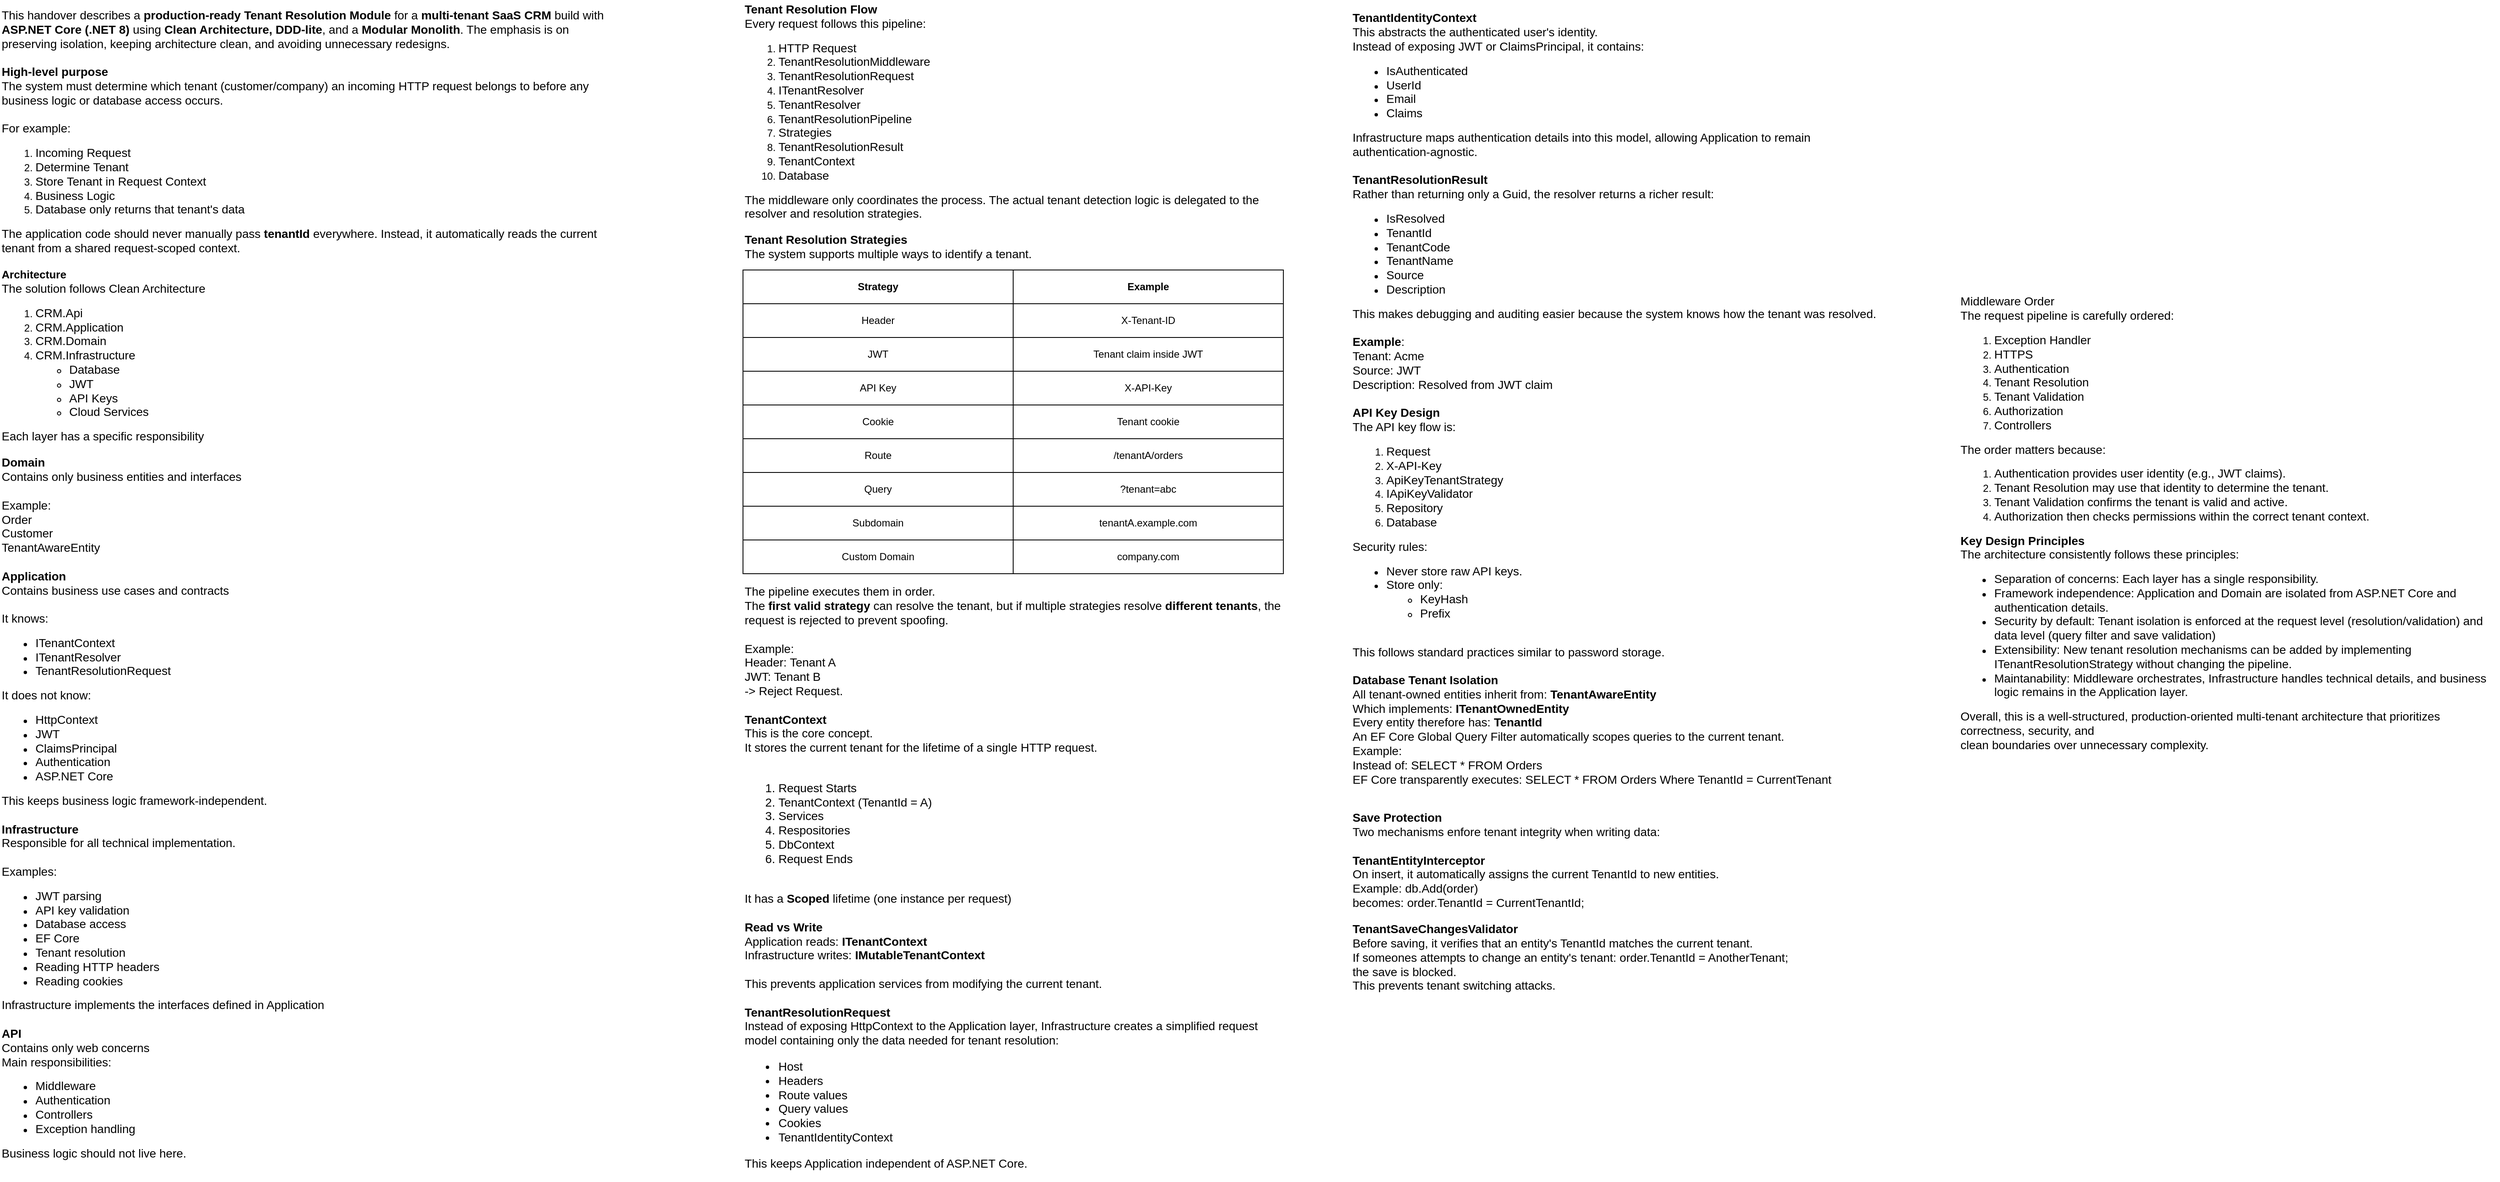
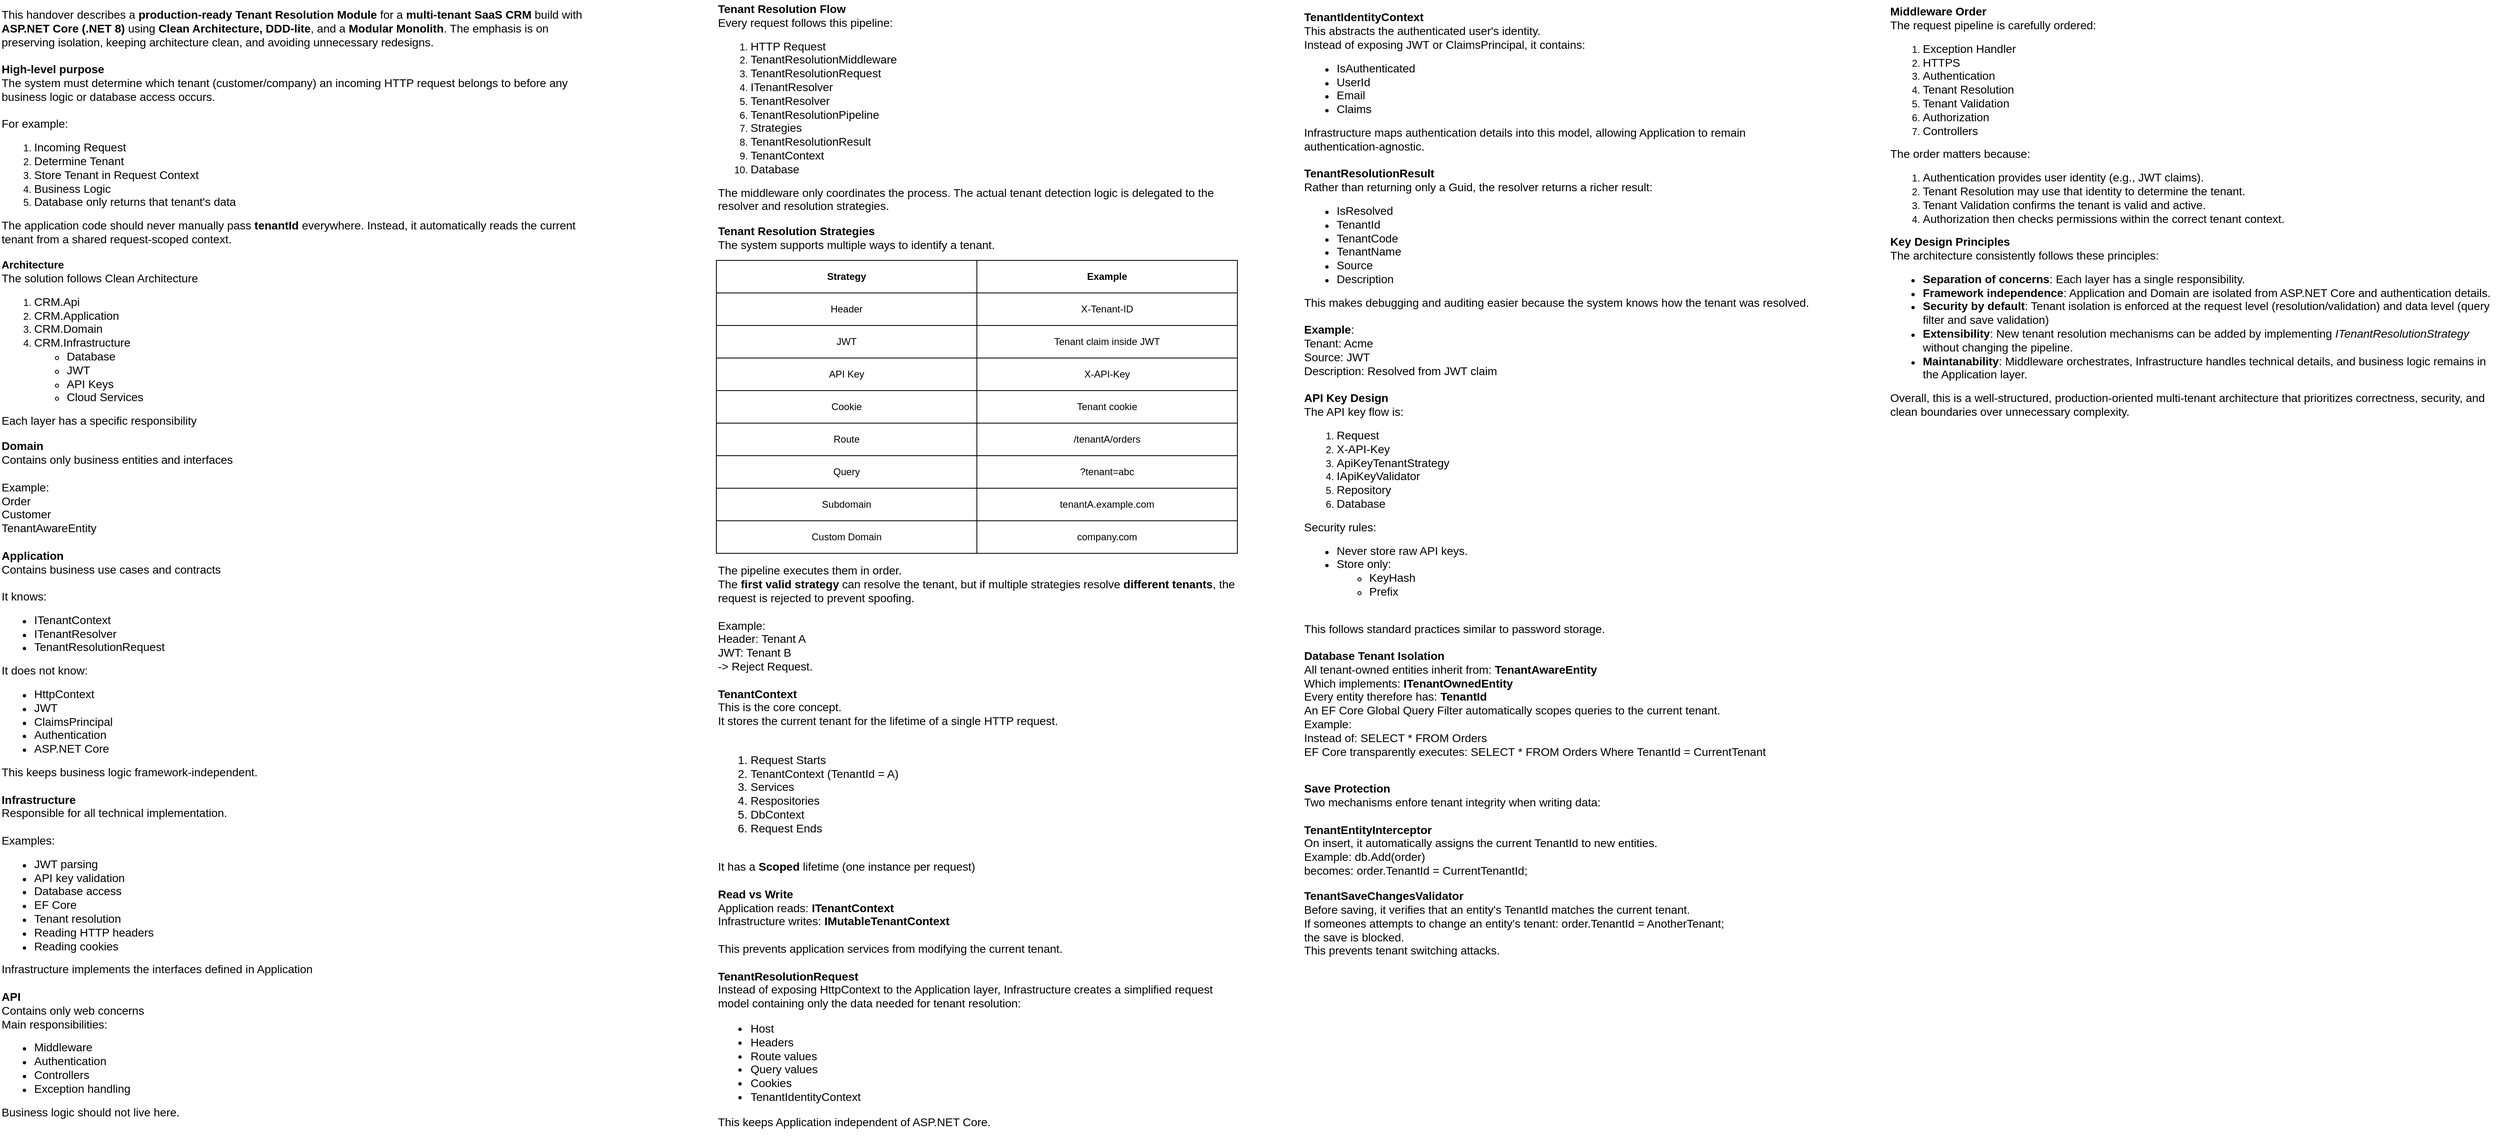
<mxfile host="app.diagrams.net">
  <diagram name="Page-1" id="CElwATwhmrqS2UhVftOB">
    <mxGraphModel dx="2691" dy="700" grid="1" gridSize="10" guides="1" tooltips="1" connect="1" arrows="1" fold="1" page="1" pageScale="1" pageWidth="850" pageHeight="1100" math="0" shadow="0">
      <root>
        <mxCell id="0" />
        <mxCell id="1" parent="0" />
        <mxCell id="dD3OxyqSIHmNCJqEZoo5-2" parent="1" style="text;html=1;whiteSpace=wrap;strokeColor=none;fillColor=none;align=left;verticalAlign=middle;rounded=0;labelPosition=center;verticalLabelPosition=middle;" value="&lt;div&gt;&lt;font style=&quot;font-size: 14px;&quot;&gt;This handover describes a &lt;b&gt;production-ready Tenant Resolution Module&lt;/b&gt; for a &lt;b&gt;multi-tenant SaaS CRM&lt;/b&gt; build with &lt;b&gt;ASP.NET Core (.NET 8)&lt;/b&gt; using &lt;b&gt;Clean Architecture, DDD-lite&lt;/b&gt;, and a &lt;b&gt;Modular Monolith&lt;/b&gt;. The emphasis is on preserving isolation, keeping architecture clean, and avoiding unnecessary redesigns.&lt;/font&gt;&lt;/div&gt;&lt;div&gt;&lt;font style=&quot;font-size: 14px;&quot;&gt;&lt;br&gt;&lt;/font&gt;&lt;/div&gt;&lt;div&gt;&lt;font style=&quot;font-size: 14px;&quot;&gt;&lt;b&gt;High-level purpose&lt;/b&gt;&lt;/font&gt;&lt;/div&gt;&lt;div&gt;&lt;font style=&quot;font-size: 14px;&quot;&gt;The system must determine which tenant (customer/company) an incoming HTTP request belongs to before any business logic or database access occurs.&lt;/font&gt;&lt;/div&gt;&lt;div&gt;&lt;font style=&quot;font-size: 14px;&quot;&gt;&lt;br&gt;&lt;/font&gt;&lt;/div&gt;&lt;div&gt;&lt;font style=&quot;font-size: 14px;&quot;&gt;For example:&lt;/font&gt;&lt;/div&gt;&lt;div&gt;&lt;ol&gt;&lt;li&gt;&lt;font style=&quot;font-size: 14px;&quot;&gt;Incoming Request&lt;/font&gt;&lt;/li&gt;&lt;li&gt;&lt;font style=&quot;font-size: 14px;&quot;&gt;Determine Tenant&amp;nbsp;&lt;/font&gt;&lt;/li&gt;&lt;li&gt;&lt;font style=&quot;font-size: 14px;&quot;&gt;Store Tenant in Request Context&lt;/font&gt;&lt;/li&gt;&lt;li&gt;&lt;font style=&quot;font-size: 14px;&quot;&gt;Business Logic&lt;/font&gt;&lt;/li&gt;&lt;li&gt;&lt;font style=&quot;font-size: 14px;&quot;&gt;Database only returns that tenant&#39;s data&lt;/font&gt;&lt;/li&gt;&lt;/ol&gt;&lt;div&gt;&lt;font style=&quot;font-size: 14px;&quot;&gt;The application code should never manually pass &lt;b&gt;tenantId &lt;/b&gt;everywhere. Instead, it automatically reads the current tenant from a shared request-scoped context.&lt;/font&gt;&lt;/div&gt;&lt;div&gt;&lt;font style=&quot;font-size: 13px;&quot;&gt;&lt;br&gt;&lt;/font&gt;&lt;/div&gt;&lt;div&gt;&lt;font style=&quot;font-size: 13px;&quot;&gt;&lt;b&gt;Architecture&amp;nbsp;&lt;/b&gt;&lt;/font&gt;&lt;/div&gt;&lt;div&gt;&lt;font style=&quot;font-size: 14px;&quot;&gt;The solution follows Clean Architecture&lt;/font&gt;&lt;/div&gt;&lt;div&gt;&lt;ol&gt;&lt;li&gt;&lt;font style=&quot;font-size: 14px;&quot;&gt;CRM.Api&amp;nbsp;&lt;/font&gt;&lt;/li&gt;&lt;li&gt;&lt;font style=&quot;font-size: 14px;&quot;&gt;CRM.Application&lt;/font&gt;&lt;/li&gt;&lt;li&gt;&lt;font style=&quot;font-size: 14px;&quot;&gt;CRM.Domain&lt;/font&gt;&lt;/li&gt;&lt;li&gt;&lt;font style=&quot;font-size: 14px;&quot;&gt;CRM.Infrastructure&lt;/font&gt;&lt;/li&gt;&lt;ul&gt;&lt;li&gt;&lt;font style=&quot;font-size: 14px;&quot;&gt;Database&lt;/font&gt;&lt;/li&gt;&lt;li&gt;&lt;font style=&quot;font-size: 14px;&quot;&gt;JWT&lt;/font&gt;&lt;/li&gt;&lt;li&gt;&lt;font style=&quot;font-size: 14px;&quot;&gt;API Keys&lt;/font&gt;&lt;/li&gt;&lt;li&gt;&lt;font style=&quot;font-size: 14px;&quot;&gt;Cloud Services&lt;/font&gt;&lt;/li&gt;&lt;/ul&gt;&lt;/ol&gt;&lt;div&gt;&lt;font style=&quot;font-size: 14px;&quot;&gt;Each layer has a specific responsibility&lt;/font&gt;&lt;/div&gt;&lt;div&gt;&lt;br&gt;&lt;/div&gt;&lt;div&gt;&lt;font style=&quot;font-size: 14px;&quot;&gt;&lt;b&gt;Domain&amp;nbsp;&lt;/b&gt;&lt;/font&gt;&lt;/div&gt;&lt;div&gt;&lt;font style=&quot;font-size: 14px;&quot;&gt;Contains only business entities and interfaces&lt;/font&gt;&lt;/div&gt;&lt;div&gt;&lt;font style=&quot;font-size: 14px;&quot;&gt;&lt;br&gt;&lt;/font&gt;&lt;/div&gt;&lt;div&gt;&lt;font style=&quot;font-size: 14px;&quot;&gt;Example:&lt;/font&gt;&lt;/div&gt;&lt;div&gt;&lt;font style=&quot;font-size: 14px;&quot;&gt;Order&lt;/font&gt;&lt;/div&gt;&lt;div&gt;&lt;font style=&quot;font-size: 14px;&quot;&gt;Customer&amp;nbsp;&lt;/font&gt;&lt;/div&gt;&lt;div&gt;&lt;font style=&quot;font-size: 14px;&quot;&gt;TenantAwareEntity&lt;/font&gt;&lt;/div&gt;&lt;div&gt;&lt;font style=&quot;font-size: 14px;&quot;&gt;&lt;br&gt;&lt;/font&gt;&lt;/div&gt;&lt;div&gt;&lt;font style=&quot;font-size: 14px;&quot;&gt;&lt;b&gt;Application&lt;/b&gt;&lt;/font&gt;&lt;/div&gt;&lt;div&gt;&lt;font style=&quot;font-size: 14px;&quot;&gt;Contains business use cases and contracts&lt;/font&gt;&lt;/div&gt;&lt;div&gt;&lt;font style=&quot;font-size: 14px;&quot;&gt;&lt;br&gt;&lt;/font&gt;&lt;/div&gt;&lt;div&gt;&lt;font style=&quot;font-size: 14px;&quot;&gt;It knows:&lt;/font&gt;&lt;/div&gt;&lt;div&gt;&lt;ul&gt;&lt;li&gt;&lt;font style=&quot;font-size: 14px;&quot;&gt;ITenantContext&lt;/font&gt;&lt;/li&gt;&lt;li&gt;&lt;font style=&quot;font-size: 14px;&quot;&gt;ITenantResolver&lt;/font&gt;&lt;/li&gt;&lt;li&gt;&lt;font style=&quot;font-size: 14px;&quot;&gt;TenantResolutionRequest&lt;/font&gt;&lt;/li&gt;&lt;/ul&gt;&lt;div&gt;&lt;font style=&quot;font-size: 14px;&quot;&gt;It does not know:&lt;/font&gt;&lt;/div&gt;&lt;div&gt;&lt;ul&gt;&lt;li&gt;&lt;font style=&quot;font-size: 14px;&quot;&gt;HttpContext&lt;/font&gt;&lt;/li&gt;&lt;li&gt;&lt;font style=&quot;font-size: 14px;&quot;&gt;JWT&lt;/font&gt;&lt;/li&gt;&lt;li&gt;&lt;font style=&quot;font-size: 14px;&quot;&gt;ClaimsPrincipal&lt;/font&gt;&lt;/li&gt;&lt;li&gt;&lt;font style=&quot;font-size: 14px;&quot;&gt;Authentication&lt;/font&gt;&lt;/li&gt;&lt;li&gt;&lt;font style=&quot;font-size: 14px;&quot;&gt;ASP.NET Core&lt;/font&gt;&lt;/li&gt;&lt;/ul&gt;&lt;div&gt;&lt;font style=&quot;font-size: 14px;&quot;&gt;This keeps business logic framework-independent.&lt;/font&gt;&lt;/div&gt;&lt;div&gt;&lt;font style=&quot;font-size: 14px;&quot;&gt;&lt;br&gt;&lt;/font&gt;&lt;/div&gt;&lt;div&gt;&lt;font style=&quot;font-size: 14px;&quot;&gt;&lt;b&gt;Infrastructure&lt;/b&gt;&lt;/font&gt;&lt;/div&gt;&lt;div&gt;&lt;font style=&quot;font-size: 14px;&quot;&gt;Responsible for all technical implementation.&lt;/font&gt;&lt;/div&gt;&lt;div&gt;&lt;font style=&quot;font-size: 14px;&quot;&gt;&lt;br&gt;&lt;/font&gt;&lt;/div&gt;&lt;div&gt;&lt;font style=&quot;font-size: 14px;&quot;&gt;Examples:&lt;/font&gt;&lt;/div&gt;&lt;div&gt;&lt;ul&gt;&lt;li&gt;&lt;font style=&quot;font-size: 14px;&quot;&gt;JWT parsing&lt;/font&gt;&lt;/li&gt;&lt;li&gt;&lt;font style=&quot;font-size: 14px;&quot;&gt;API key validation&lt;/font&gt;&lt;/li&gt;&lt;li&gt;&lt;font style=&quot;font-size: 14px;&quot;&gt;Database access&lt;/font&gt;&lt;/li&gt;&lt;li&gt;&lt;font style=&quot;font-size: 14px;&quot;&gt;EF Core&lt;/font&gt;&lt;/li&gt;&lt;li&gt;&lt;font style=&quot;font-size: 14px;&quot;&gt;Tenant resolution&lt;/font&gt;&lt;/li&gt;&lt;li&gt;&lt;font style=&quot;font-size: 14px;&quot;&gt;Reading HTTP headers&lt;/font&gt;&lt;/li&gt;&lt;li&gt;&lt;font style=&quot;font-size: 14px;&quot;&gt;Reading cookies&lt;/font&gt;&lt;/li&gt;&lt;/ul&gt;&lt;div&gt;&lt;font style=&quot;font-size: 14px;&quot;&gt;Infrastructure implements the interfaces defined in Application&lt;/font&gt;&lt;/div&gt;&lt;/div&gt;&lt;/div&gt;&lt;/div&gt;&lt;div&gt;&lt;font style=&quot;font-size: 14px;&quot;&gt;&lt;br&gt;&lt;/font&gt;&lt;/div&gt;&lt;div&gt;&lt;font style=&quot;font-size: 14px;&quot;&gt;&lt;b&gt;API&amp;nbsp;&lt;/b&gt;&lt;/font&gt;&lt;/div&gt;&lt;div&gt;&lt;font style=&quot;font-size: 14px;&quot;&gt;Contains only web concerns&lt;/font&gt;&lt;/div&gt;&lt;div&gt;&lt;font style=&quot;font-size: 14px;&quot;&gt;Main responsibilities:&lt;/font&gt;&lt;/div&gt;&lt;div&gt;&lt;ul&gt;&lt;li&gt;&lt;font style=&quot;font-size: 14px;&quot;&gt;Middleware&amp;nbsp;&lt;/font&gt;&lt;/li&gt;&lt;li&gt;&lt;font style=&quot;font-size: 14px;&quot;&gt;Authentication&lt;/font&gt;&lt;/li&gt;&lt;li&gt;&lt;font style=&quot;font-size: 14px;&quot;&gt;Controllers&lt;/font&gt;&lt;/li&gt;&lt;li&gt;&lt;font style=&quot;font-size: 14px;&quot;&gt;Exception handling&lt;/font&gt;&lt;/li&gt;&lt;/ul&gt;&lt;div&gt;&lt;font style=&quot;font-size: 14px;&quot;&gt;Business logic should not live here.&lt;/font&gt;&lt;/div&gt;&lt;/div&gt;&lt;/div&gt;&lt;/div&gt;&lt;div&gt;&lt;font style=&quot;font-size: 13px;&quot;&gt;&lt;br&gt;&lt;/font&gt;&lt;/div&gt;" vertex="1">
          <mxGeometry height="1400" width="720" x="-520" y="80" as="geometry" />
        </mxCell>
        <mxCell id="dD3OxyqSIHmNCJqEZoo5-5" parent="1" style="text;html=1;whiteSpace=wrap;strokeColor=none;fillColor=none;align=left;verticalAlign=middle;rounded=0;" value="&lt;div&gt;&lt;font style=&quot;font-size: 14px;&quot;&gt;&lt;b&gt;Tenant Resolution Flow&amp;nbsp;&lt;/b&gt;&lt;/font&gt;&lt;/div&gt;&lt;div&gt;&lt;font style=&quot;font-size: 14px;&quot;&gt;Every request follows this pipeline:&lt;/font&gt;&lt;/div&gt;&lt;div&gt;&lt;ol&gt;&lt;li&gt;&lt;font style=&quot;font-size: 14px;&quot;&gt;HTTP Request&lt;/font&gt;&lt;/li&gt;&lt;li&gt;&lt;font style=&quot;font-size: 14px;&quot;&gt;TenantResolutionMiddleware&lt;/font&gt;&lt;/li&gt;&lt;li&gt;&lt;font style=&quot;font-size: 14px;&quot;&gt;TenantResolutionRequest&lt;/font&gt;&lt;/li&gt;&lt;li&gt;&lt;font style=&quot;font-size: 14px;&quot;&gt;ITenantResolver&lt;/font&gt;&lt;/li&gt;&lt;li&gt;&lt;font style=&quot;font-size: 14px;&quot;&gt;TenantResolver&lt;/font&gt;&lt;/li&gt;&lt;li&gt;&lt;font style=&quot;font-size: 14px;&quot;&gt;TenantResolutionPipeline&lt;/font&gt;&lt;/li&gt;&lt;li&gt;&lt;font style=&quot;font-size: 14px;&quot;&gt;Strategies&lt;/font&gt;&lt;/li&gt;&lt;li&gt;&lt;font style=&quot;font-size: 14px;&quot;&gt;TenantResolutionResult&lt;/font&gt;&lt;/li&gt;&lt;li&gt;&lt;font style=&quot;font-size: 14px;&quot;&gt;TenantContext&lt;/font&gt;&lt;/li&gt;&lt;li&gt;&lt;font style=&quot;font-size: 14px;&quot;&gt;Database&lt;/font&gt;&lt;/li&gt;&lt;/ol&gt;&lt;div&gt;&lt;font style=&quot;font-size: 14px;&quot;&gt;The middleware only coordinates the process. The actual tenant detection logic is delegated to the resolver and resolution strategies.&lt;/font&gt;&lt;/div&gt;&lt;div&gt;&lt;br&gt;&lt;/div&gt;&lt;div&gt;&lt;font style=&quot;font-size: 14px;&quot;&gt;&lt;b&gt;Tenant Resolution Strategies&lt;/b&gt;&lt;/font&gt;&lt;/div&gt;&lt;div&gt;&lt;font style=&quot;font-size: 14px;&quot;&gt;The system supports multiple ways to identify a tenant.&lt;/font&gt;&lt;/div&gt;&lt;div&gt;&lt;font style=&quot;font-size: 14px;&quot;&gt;&lt;br&gt;&lt;/font&gt;&lt;/div&gt;&lt;div&gt;&lt;font style=&quot;font-size: 14px;&quot;&gt;&lt;br&gt;&lt;/font&gt;&lt;/div&gt;&lt;div&gt;&lt;br&gt;&lt;/div&gt;&lt;/div&gt;" vertex="1">
          <mxGeometry height="360" width="640" x="360" y="80" as="geometry" />
        </mxCell>
        <mxCell id="J-zNke_tOppB5j2uJXzS-30" parent="1" style="shape=table;startSize=0;container=1;collapsible=0;childLayout=tableLayout;fixedHeader=1;" value="" vertex="1">
          <mxGeometry height="360" width="640" x="360" y="400" as="geometry" />
        </mxCell>
        <mxCell id="J-zNke_tOppB5j2uJXzS-31" parent="J-zNke_tOppB5j2uJXzS-30" style="shape=tableRow;horizontal=0;startSize=0;swimlaneHead=0;swimlaneBody=0;strokeColor=inherit;top=0;left=0;bottom=0;right=0;collapsible=0;dropTarget=0;fillColor=none;points=[[0,0.5],[1,0.5]];portConstraint=eastwest;fixedHeader=1;" value="" vertex="1">
          <mxGeometry height="40" width="640" as="geometry" />
        </mxCell>
        <mxCell id="J-zNke_tOppB5j2uJXzS-32" parent="J-zNke_tOppB5j2uJXzS-31" style="shape=partialRectangle;html=1;whiteSpace=wrap;connectable=0;strokeColor=inherit;overflow=hidden;fillColor=none;top=0;left=0;bottom=0;right=0;pointerEvents=1;" value="&lt;b&gt;Strategy&lt;/b&gt;" vertex="1">
          <mxGeometry height="40" width="320" as="geometry">
            <mxRectangle height="40" width="320" as="alternateBounds" />
          </mxGeometry>
        </mxCell>
        <mxCell id="J-zNke_tOppB5j2uJXzS-33" parent="J-zNke_tOppB5j2uJXzS-31" style="shape=partialRectangle;html=1;whiteSpace=wrap;connectable=0;strokeColor=inherit;overflow=hidden;fillColor=none;top=0;left=0;bottom=0;right=0;pointerEvents=1;" value="&lt;b&gt;Example&lt;/b&gt;" vertex="1">
          <mxGeometry height="40" width="320" x="320" as="geometry">
            <mxRectangle height="40" width="320" as="alternateBounds" />
          </mxGeometry>
        </mxCell>
        <mxCell id="J-zNke_tOppB5j2uJXzS-34" parent="J-zNke_tOppB5j2uJXzS-30" style="shape=tableRow;horizontal=0;startSize=0;swimlaneHead=0;swimlaneBody=0;strokeColor=inherit;top=0;left=0;bottom=0;right=0;collapsible=0;dropTarget=0;fillColor=none;points=[[0,0.5],[1,0.5]];portConstraint=eastwest;fixedHeader=1;" value="" vertex="1">
          <mxGeometry height="40" width="640" y="40" as="geometry" />
        </mxCell>
        <mxCell id="J-zNke_tOppB5j2uJXzS-35" parent="J-zNke_tOppB5j2uJXzS-34" style="shape=partialRectangle;html=1;whiteSpace=wrap;connectable=0;strokeColor=inherit;overflow=hidden;fillColor=none;top=0;left=0;bottom=0;right=0;pointerEvents=1;" value="Header" vertex="1">
          <mxGeometry height="40" width="320" as="geometry">
            <mxRectangle height="40" width="320" as="alternateBounds" />
          </mxGeometry>
        </mxCell>
        <mxCell id="J-zNke_tOppB5j2uJXzS-36" parent="J-zNke_tOppB5j2uJXzS-34" style="shape=partialRectangle;html=1;whiteSpace=wrap;connectable=0;strokeColor=inherit;overflow=hidden;fillColor=none;top=0;left=0;bottom=0;right=0;pointerEvents=1;" value="X-Tenant-ID" vertex="1">
          <mxGeometry height="40" width="320" x="320" as="geometry">
            <mxRectangle height="40" width="320" as="alternateBounds" />
          </mxGeometry>
        </mxCell>
        <mxCell id="J-zNke_tOppB5j2uJXzS-37" parent="J-zNke_tOppB5j2uJXzS-30" style="shape=tableRow;horizontal=0;startSize=0;swimlaneHead=0;swimlaneBody=0;strokeColor=inherit;top=0;left=0;bottom=0;right=0;collapsible=0;dropTarget=0;fillColor=none;points=[[0,0.5],[1,0.5]];portConstraint=eastwest;fixedHeader=1;" value="" vertex="1">
          <mxGeometry height="40" width="640" y="80" as="geometry" />
        </mxCell>
        <mxCell id="J-zNke_tOppB5j2uJXzS-38" parent="J-zNke_tOppB5j2uJXzS-37" style="shape=partialRectangle;html=1;whiteSpace=wrap;connectable=0;strokeColor=inherit;overflow=hidden;fillColor=none;top=0;left=0;bottom=0;right=0;pointerEvents=1;" value="JWT" vertex="1">
          <mxGeometry height="40" width="320" as="geometry">
            <mxRectangle height="40" width="320" as="alternateBounds" />
          </mxGeometry>
        </mxCell>
        <mxCell id="J-zNke_tOppB5j2uJXzS-39" parent="J-zNke_tOppB5j2uJXzS-37" style="shape=partialRectangle;html=1;whiteSpace=wrap;connectable=0;strokeColor=inherit;overflow=hidden;fillColor=none;top=0;left=0;bottom=0;right=0;pointerEvents=1;" value="Tenant claim inside JWT" vertex="1">
          <mxGeometry height="40" width="320" x="320" as="geometry">
            <mxRectangle height="40" width="320" as="alternateBounds" />
          </mxGeometry>
        </mxCell>
        <mxCell id="J-zNke_tOppB5j2uJXzS-40" parent="J-zNke_tOppB5j2uJXzS-30" style="shape=tableRow;horizontal=0;startSize=0;swimlaneHead=0;swimlaneBody=0;strokeColor=inherit;top=0;left=0;bottom=0;right=0;collapsible=0;dropTarget=0;fillColor=none;points=[[0,0.5],[1,0.5]];portConstraint=eastwest;fixedHeader=1;" value="" vertex="1">
          <mxGeometry height="40" width="640" y="120" as="geometry" />
        </mxCell>
        <mxCell id="J-zNke_tOppB5j2uJXzS-41" parent="J-zNke_tOppB5j2uJXzS-40" style="shape=partialRectangle;html=1;whiteSpace=wrap;connectable=0;strokeColor=inherit;overflow=hidden;fillColor=none;top=0;left=0;bottom=0;right=0;pointerEvents=1;" value="API Key" vertex="1">
          <mxGeometry height="40" width="320" as="geometry">
            <mxRectangle height="40" width="320" as="alternateBounds" />
          </mxGeometry>
        </mxCell>
        <mxCell id="J-zNke_tOppB5j2uJXzS-42" parent="J-zNke_tOppB5j2uJXzS-40" style="shape=partialRectangle;html=1;whiteSpace=wrap;connectable=0;strokeColor=inherit;overflow=hidden;fillColor=none;top=0;left=0;bottom=0;right=0;pointerEvents=1;" value="X-API-Key" vertex="1">
          <mxGeometry height="40" width="320" x="320" as="geometry">
            <mxRectangle height="40" width="320" as="alternateBounds" />
          </mxGeometry>
        </mxCell>
        <mxCell id="J-zNke_tOppB5j2uJXzS-43" parent="J-zNke_tOppB5j2uJXzS-30" style="shape=tableRow;horizontal=0;startSize=0;swimlaneHead=0;swimlaneBody=0;strokeColor=inherit;top=0;left=0;bottom=0;right=0;collapsible=0;dropTarget=0;fillColor=none;points=[[0,0.5],[1,0.5]];portConstraint=eastwest;fixedHeader=1;" value="" vertex="1">
          <mxGeometry height="40" width="640" y="160" as="geometry" />
        </mxCell>
        <mxCell id="J-zNke_tOppB5j2uJXzS-44" parent="J-zNke_tOppB5j2uJXzS-43" style="shape=partialRectangle;html=1;whiteSpace=wrap;connectable=0;strokeColor=inherit;overflow=hidden;fillColor=none;top=0;left=0;bottom=0;right=0;pointerEvents=1;" value="Cookie" vertex="1">
          <mxGeometry height="40" width="320" as="geometry">
            <mxRectangle height="40" width="320" as="alternateBounds" />
          </mxGeometry>
        </mxCell>
        <mxCell id="J-zNke_tOppB5j2uJXzS-45" parent="J-zNke_tOppB5j2uJXzS-43" style="shape=partialRectangle;html=1;whiteSpace=wrap;connectable=0;strokeColor=inherit;overflow=hidden;fillColor=none;top=0;left=0;bottom=0;right=0;pointerEvents=1;" value="Tenant cookie" vertex="1">
          <mxGeometry height="40" width="320" x="320" as="geometry">
            <mxRectangle height="40" width="320" as="alternateBounds" />
          </mxGeometry>
        </mxCell>
        <mxCell id="J-zNke_tOppB5j2uJXzS-46" parent="J-zNke_tOppB5j2uJXzS-30" style="shape=tableRow;horizontal=0;startSize=0;swimlaneHead=0;swimlaneBody=0;strokeColor=inherit;top=0;left=0;bottom=0;right=0;collapsible=0;dropTarget=0;fillColor=none;points=[[0,0.5],[1,0.5]];portConstraint=eastwest;fixedHeader=1;" value="" vertex="1">
          <mxGeometry height="40" width="640" y="200" as="geometry" />
        </mxCell>
        <mxCell id="J-zNke_tOppB5j2uJXzS-47" parent="J-zNke_tOppB5j2uJXzS-46" style="shape=partialRectangle;html=1;whiteSpace=wrap;connectable=0;strokeColor=inherit;overflow=hidden;fillColor=none;top=0;left=0;bottom=0;right=0;pointerEvents=1;" value="Route" vertex="1">
          <mxGeometry height="40" width="320" as="geometry">
            <mxRectangle height="40" width="320" as="alternateBounds" />
          </mxGeometry>
        </mxCell>
        <mxCell id="J-zNke_tOppB5j2uJXzS-48" parent="J-zNke_tOppB5j2uJXzS-46" style="shape=partialRectangle;html=1;whiteSpace=wrap;connectable=0;strokeColor=inherit;overflow=hidden;fillColor=none;top=0;left=0;bottom=0;right=0;pointerEvents=1;" value="/tenantA/orders" vertex="1">
          <mxGeometry height="40" width="320" x="320" as="geometry">
            <mxRectangle height="40" width="320" as="alternateBounds" />
          </mxGeometry>
        </mxCell>
        <mxCell id="J-zNke_tOppB5j2uJXzS-49" parent="J-zNke_tOppB5j2uJXzS-30" style="shape=tableRow;horizontal=0;startSize=0;swimlaneHead=0;swimlaneBody=0;strokeColor=inherit;top=0;left=0;bottom=0;right=0;collapsible=0;dropTarget=0;fillColor=none;points=[[0,0.5],[1,0.5]];portConstraint=eastwest;fixedHeader=1;" value="" vertex="1">
          <mxGeometry height="40" width="640" y="240" as="geometry" />
        </mxCell>
        <mxCell id="J-zNke_tOppB5j2uJXzS-50" parent="J-zNke_tOppB5j2uJXzS-49" style="shape=partialRectangle;html=1;whiteSpace=wrap;connectable=0;strokeColor=inherit;overflow=hidden;fillColor=none;top=0;left=0;bottom=0;right=0;pointerEvents=1;" value="Query" vertex="1">
          <mxGeometry height="40" width="320" as="geometry">
            <mxRectangle height="40" width="320" as="alternateBounds" />
          </mxGeometry>
        </mxCell>
        <mxCell id="J-zNke_tOppB5j2uJXzS-51" parent="J-zNke_tOppB5j2uJXzS-49" style="shape=partialRectangle;html=1;whiteSpace=wrap;connectable=0;strokeColor=inherit;overflow=hidden;fillColor=none;top=0;left=0;bottom=0;right=0;pointerEvents=1;" value="?tenant=abc" vertex="1">
          <mxGeometry height="40" width="320" x="320" as="geometry">
            <mxRectangle height="40" width="320" as="alternateBounds" />
          </mxGeometry>
        </mxCell>
        <mxCell id="J-zNke_tOppB5j2uJXzS-52" parent="J-zNke_tOppB5j2uJXzS-30" style="shape=tableRow;horizontal=0;startSize=0;swimlaneHead=0;swimlaneBody=0;strokeColor=inherit;top=0;left=0;bottom=0;right=0;collapsible=0;dropTarget=0;fillColor=none;points=[[0,0.5],[1,0.5]];portConstraint=eastwest;fixedHeader=1;" value="" vertex="1">
          <mxGeometry height="40" width="640" y="280" as="geometry" />
        </mxCell>
        <mxCell id="J-zNke_tOppB5j2uJXzS-53" parent="J-zNke_tOppB5j2uJXzS-52" style="shape=partialRectangle;html=1;whiteSpace=wrap;connectable=0;strokeColor=inherit;overflow=hidden;fillColor=none;top=0;left=0;bottom=0;right=0;pointerEvents=1;" value="Subdomain" vertex="1">
          <mxGeometry height="40" width="320" as="geometry">
            <mxRectangle height="40" width="320" as="alternateBounds" />
          </mxGeometry>
        </mxCell>
        <mxCell id="J-zNke_tOppB5j2uJXzS-54" parent="J-zNke_tOppB5j2uJXzS-52" style="shape=partialRectangle;html=1;whiteSpace=wrap;connectable=0;strokeColor=inherit;overflow=hidden;fillColor=none;top=0;left=0;bottom=0;right=0;pointerEvents=1;" value="tenantA.example.com" vertex="1">
          <mxGeometry height="40" width="320" x="320" as="geometry">
            <mxRectangle height="40" width="320" as="alternateBounds" />
          </mxGeometry>
        </mxCell>
        <mxCell id="J-zNke_tOppB5j2uJXzS-55" parent="J-zNke_tOppB5j2uJXzS-30" style="shape=tableRow;horizontal=0;startSize=0;swimlaneHead=0;swimlaneBody=0;strokeColor=inherit;top=0;left=0;bottom=0;right=0;collapsible=0;dropTarget=0;fillColor=none;points=[[0,0.5],[1,0.5]];portConstraint=eastwest;fixedHeader=1;" value="" vertex="1">
          <mxGeometry height="40" width="640" y="320" as="geometry" />
        </mxCell>
        <mxCell id="J-zNke_tOppB5j2uJXzS-56" parent="J-zNke_tOppB5j2uJXzS-55" style="shape=partialRectangle;html=1;whiteSpace=wrap;connectable=0;strokeColor=inherit;overflow=hidden;fillColor=none;top=0;left=0;bottom=0;right=0;pointerEvents=1;" value="Custom Domain" vertex="1">
          <mxGeometry height="40" width="320" as="geometry">
            <mxRectangle height="40" width="320" as="alternateBounds" />
          </mxGeometry>
        </mxCell>
        <mxCell id="J-zNke_tOppB5j2uJXzS-57" parent="J-zNke_tOppB5j2uJXzS-55" style="shape=partialRectangle;html=1;whiteSpace=wrap;connectable=0;strokeColor=inherit;overflow=hidden;fillColor=none;top=0;left=0;bottom=0;right=0;pointerEvents=1;" value="company.com" vertex="1">
          <mxGeometry height="40" width="320" x="320" as="geometry">
            <mxRectangle height="40" width="320" as="alternateBounds" />
          </mxGeometry>
        </mxCell>
        <mxCell id="J-zNke_tOppB5j2uJXzS-58" parent="1" style="text;html=1;whiteSpace=wrap;strokeColor=none;fillColor=none;align=left;verticalAlign=middle;rounded=0;fontSize=14;" value="&lt;div&gt;&lt;font&gt;The pipeline executes them in order.&lt;/font&gt;&lt;/div&gt;&lt;div&gt;&lt;font&gt;The &lt;b&gt;first valid strategy&lt;/b&gt; can resolve the tenant, but if multiple strategies resolve &lt;b&gt;different tenants&lt;/b&gt;, the request is rejected to prevent spoofing.&lt;/font&gt;&lt;/div&gt;&lt;div&gt;&lt;font&gt;&lt;br&gt;&lt;/font&gt;&lt;/div&gt;&lt;div&gt;&lt;font&gt;Example:&lt;/font&gt;&lt;/div&gt;&lt;div&gt;&lt;font&gt;Header: Tenant A&lt;/font&gt;&lt;/div&gt;&lt;div&gt;&lt;font&gt;JWT: Tenant B&lt;/font&gt;&lt;/div&gt;&lt;div&gt;&lt;font&gt;-&amp;gt; Reject Request.&lt;/font&gt;&lt;/div&gt;&lt;div&gt;&lt;font&gt;&lt;br&gt;&lt;/font&gt;&lt;/div&gt;&lt;div&gt;&lt;font&gt;&lt;b&gt;TenantContext&lt;/b&gt;&lt;/font&gt;&lt;/div&gt;&lt;div&gt;&lt;font&gt;This is the core concept.&lt;/font&gt;&lt;/div&gt;&lt;div&gt;&lt;font&gt;It stores the current tenant for the lifetime of a single HTTP request.&lt;/font&gt;&lt;/div&gt;&lt;div&gt;&lt;font&gt;&lt;br&gt;&lt;/font&gt;&lt;/div&gt;&lt;div&gt;&lt;ol&gt;&lt;li&gt;&lt;font&gt;Request Starts&lt;/font&gt;&lt;/li&gt;&lt;li&gt;&lt;font&gt;TenantContext (TenantId = A)&lt;/font&gt;&lt;/li&gt;&lt;li&gt;&lt;font&gt;Services&lt;/font&gt;&lt;/li&gt;&lt;li&gt;&lt;font&gt;Respositories&lt;/font&gt;&lt;/li&gt;&lt;li&gt;&lt;font&gt;DbContext&lt;/font&gt;&lt;/li&gt;&lt;li&gt;&lt;font&gt;Request Ends&lt;/font&gt;&lt;/li&gt;&lt;/ol&gt;&lt;/div&gt;&lt;div&gt;&lt;font&gt;&lt;br&gt;&lt;/font&gt;&lt;/div&gt;&lt;div&gt;&lt;font&gt;It has a &lt;b&gt;Scoped &lt;/b&gt;lifetime (one instance per request)&lt;/font&gt;&lt;/div&gt;&lt;div&gt;&lt;font&gt;&lt;br&gt;&lt;/font&gt;&lt;/div&gt;&lt;div&gt;&lt;font&gt;&lt;b&gt;Read vs Write&lt;/b&gt;&amp;nbsp;&lt;/font&gt;&lt;/div&gt;&lt;div&gt;&lt;font&gt;Application reads: &lt;b&gt;ITenantContext&lt;/b&gt;&lt;/font&gt;&lt;/div&gt;&lt;div&gt;&lt;font&gt;Infrastructure writes: &lt;b&gt;IMutableTenantContext&lt;/b&gt;&lt;/font&gt;&lt;/div&gt;&lt;div&gt;&lt;font&gt;&lt;br&gt;&lt;/font&gt;&lt;/div&gt;&lt;div&gt;&lt;font&gt;This prevents application services from modifying the current tenant.&lt;/font&gt;&lt;/div&gt;&lt;div&gt;&lt;font&gt;&lt;br&gt;&lt;/font&gt;&lt;/div&gt;&lt;div&gt;&lt;font&gt;&lt;b&gt;TenantResolutionRequest&lt;/b&gt;&lt;/font&gt;&lt;/div&gt;&lt;div&gt;&lt;font&gt;Instead of exposing HttpContext to the Application layer, Infrastructure creates a simplified request model containing only the data needed for tenant resolution:&lt;/font&gt;&lt;/div&gt;&lt;div&gt;&lt;ul&gt;&lt;li&gt;Host&lt;/li&gt;&lt;li&gt;Headers&amp;nbsp;&lt;/li&gt;&lt;li&gt;Route values&lt;/li&gt;&lt;li&gt;Query values&lt;/li&gt;&lt;li&gt;Cookies&lt;/li&gt;&lt;li&gt;TenantIdentityContext&lt;/li&gt;&lt;/ul&gt;&lt;div&gt;This keeps Application independent of ASP.NET Core.&lt;/div&gt;&lt;/div&gt;" vertex="1">
          <mxGeometry height="720" width="640" x="360" y="760" as="geometry" />
        </mxCell>
        <mxCell id="J-zNke_tOppB5j2uJXzS-60" parent="1" style="text;html=1;whiteSpace=wrap;strokeColor=none;fillColor=none;align=left;verticalAlign=middle;rounded=0;" value="&lt;div&gt;&lt;font style=&quot;font-size: 14px;&quot;&gt;&lt;b&gt;TenantIdentityContext&lt;/b&gt;&lt;/font&gt;&lt;/div&gt;&lt;div&gt;&lt;font style=&quot;font-size: 14px;&quot;&gt;This abstracts the authenticated user&#39;s identity.&lt;/font&gt;&lt;/div&gt;&lt;div&gt;&lt;font style=&quot;font-size: 14px;&quot;&gt;Instead of exposing JWT or ClaimsPrincipal, it contains:&lt;/font&gt;&lt;/div&gt;&lt;div&gt;&lt;ul&gt;&lt;li&gt;&lt;font style=&quot;font-size: 14px;&quot;&gt;IsAuthenticated&amp;nbsp;&lt;/font&gt;&lt;/li&gt;&lt;li&gt;&lt;font style=&quot;font-size: 14px;&quot;&gt;UserId&lt;/font&gt;&lt;/li&gt;&lt;li&gt;&lt;font style=&quot;font-size: 14px;&quot;&gt;Email&lt;/font&gt;&lt;/li&gt;&lt;li&gt;&lt;font style=&quot;font-size: 14px;&quot;&gt;Claims&lt;/font&gt;&lt;/li&gt;&lt;/ul&gt;&lt;div&gt;&lt;font style=&quot;font-size: 14px;&quot;&gt;Infrastructure maps authentication details into this model, allowing Application to remain authentication-agnostic.&lt;/font&gt;&lt;/div&gt;&lt;div&gt;&lt;font style=&quot;font-size: 14px;&quot;&gt;&lt;br&gt;&lt;/font&gt;&lt;/div&gt;&lt;div&gt;&lt;font style=&quot;font-size: 14px;&quot;&gt;&lt;b&gt;TenantResolutionResult&lt;/b&gt;&lt;/font&gt;&lt;/div&gt;&lt;div&gt;&lt;font style=&quot;font-size: 14px;&quot;&gt;Rather than returning only a Guid, the resolver returns a richer result:&lt;/font&gt;&lt;/div&gt;&lt;div&gt;&lt;ul&gt;&lt;li&gt;&lt;font style=&quot;font-size: 14px;&quot;&gt;IsResolved&lt;/font&gt;&lt;/li&gt;&lt;li&gt;&lt;font style=&quot;font-size: 14px;&quot;&gt;TenantId&lt;/font&gt;&lt;/li&gt;&lt;li&gt;&lt;font style=&quot;font-size: 14px;&quot;&gt;TenantCode&lt;/font&gt;&lt;/li&gt;&lt;li&gt;&lt;font style=&quot;font-size: 14px;&quot;&gt;TenantName&lt;/font&gt;&lt;/li&gt;&lt;li&gt;&lt;font style=&quot;font-size: 14px;&quot;&gt;Source&lt;/font&gt;&lt;/li&gt;&lt;li&gt;&lt;font style=&quot;font-size: 14px;&quot;&gt;Description&lt;/font&gt;&lt;/li&gt;&lt;/ul&gt;&lt;div&gt;&lt;font style=&quot;font-size: 14px;&quot;&gt;This makes debugging and auditing easier because the system knows how the tenant was resolved.&lt;/font&gt;&lt;/div&gt;&lt;div&gt;&lt;font style=&quot;font-size: 14px;&quot;&gt;&lt;br&gt;&lt;/font&gt;&lt;/div&gt;&lt;div&gt;&lt;font style=&quot;font-size: 14px;&quot;&gt;&lt;b&gt;Example&lt;/b&gt;:&lt;/font&gt;&lt;/div&gt;&lt;div&gt;&lt;font style=&quot;font-size: 14px;&quot;&gt;Tenant: Acme&amp;nbsp;&lt;/font&gt;&lt;/div&gt;&lt;div&gt;&lt;font style=&quot;font-size: 14px;&quot;&gt;Source: JWT&lt;/font&gt;&lt;/div&gt;&lt;div&gt;&lt;font style=&quot;font-size: 14px;&quot;&gt;Description: Resolved from JWT claim&lt;/font&gt;&lt;/div&gt;&lt;div&gt;&lt;font style=&quot;font-size: 14px;&quot;&gt;&lt;br&gt;&lt;/font&gt;&lt;/div&gt;&lt;div&gt;&lt;font style=&quot;font-size: 14px;&quot;&gt;&lt;b&gt;API Key Design&lt;/b&gt;&lt;/font&gt;&lt;/div&gt;&lt;div&gt;&lt;font style=&quot;font-size: 14px;&quot;&gt;The API key flow is:&lt;/font&gt;&lt;/div&gt;&lt;div&gt;&lt;ol&gt;&lt;li&gt;&lt;font style=&quot;font-size: 14px;&quot;&gt;Request&lt;/font&gt;&lt;/li&gt;&lt;li&gt;&lt;font style=&quot;font-size: 14px;&quot;&gt;X-API-Key&lt;/font&gt;&lt;/li&gt;&lt;li&gt;&lt;font style=&quot;font-size: 14px;&quot;&gt;ApiKeyTenantStrategy&lt;/font&gt;&lt;/li&gt;&lt;li&gt;&lt;font style=&quot;font-size: 14px;&quot;&gt;IApiKeyValidator&lt;/font&gt;&lt;/li&gt;&lt;li&gt;&lt;font style=&quot;font-size: 14px;&quot;&gt;Repository&lt;/font&gt;&lt;/li&gt;&lt;li&gt;&lt;font style=&quot;font-size: 14px;&quot;&gt;Database&lt;/font&gt;&lt;/li&gt;&lt;/ol&gt;&lt;div&gt;&lt;font style=&quot;font-size: 14px;&quot;&gt;Security rules:&lt;/font&gt;&lt;/div&gt;&lt;div&gt;&lt;ul&gt;&lt;li&gt;&lt;font style=&quot;font-size: 14px;&quot;&gt;Never store raw API keys.&lt;/font&gt;&lt;/li&gt;&lt;li&gt;&lt;font style=&quot;font-size: 14px;&quot;&gt;Store only:&lt;/font&gt;&lt;/li&gt;&lt;ul&gt;&lt;li&gt;&lt;font style=&quot;font-size: 14px;&quot;&gt;KeyHash&lt;/font&gt;&lt;/li&gt;&lt;li&gt;&lt;font style=&quot;font-size: 14px;&quot;&gt;Prefix&lt;/font&gt;&lt;/li&gt;&lt;/ul&gt;&lt;/ul&gt;&lt;/div&gt;&lt;div&gt;&lt;font style=&quot;font-size: 14px;&quot;&gt;&lt;br&gt;&lt;/font&gt;&lt;/div&gt;&lt;div&gt;&lt;font style=&quot;font-size: 14px;&quot;&gt;This follows standard practices similar to password storage.&lt;/font&gt;&lt;/div&gt;&lt;div&gt;&lt;font style=&quot;font-size: 14px;&quot;&gt;&lt;br&gt;&lt;/font&gt;&lt;/div&gt;&lt;div&gt;&lt;font style=&quot;font-size: 14px;&quot;&gt;&lt;b&gt;Database Tenant Isolation&lt;/b&gt;&lt;/font&gt;&lt;/div&gt;&lt;div&gt;&lt;font style=&quot;font-size: 14px;&quot;&gt;All tenant-owned entities inherit from: &lt;b&gt;TenantAwareEntity&lt;/b&gt;&lt;/font&gt;&lt;/div&gt;&lt;div&gt;&lt;font style=&quot;font-size: 14px;&quot;&gt;Which implements: &lt;b&gt;ITenantOwnedEntity&lt;/b&gt;&lt;/font&gt;&lt;/div&gt;&lt;div&gt;&lt;font style=&quot;font-size: 14px;&quot;&gt;Every entity therefore has: &lt;b&gt;TenantId&lt;/b&gt;&lt;/font&gt;&lt;/div&gt;&lt;div&gt;&lt;font style=&quot;font-size: 14px;&quot;&gt;An EF Core Global Query Filter automatically scopes queries to the current tenant.&lt;/font&gt;&lt;/div&gt;&lt;div&gt;&lt;font style=&quot;font-size: 14px;&quot;&gt;Example:&amp;nbsp;&lt;/font&gt;&lt;/div&gt;&lt;div&gt;&lt;font style=&quot;font-size: 14px;&quot;&gt;Instead of: SELECT * FROM Orders&amp;nbsp;&lt;/font&gt;&lt;/div&gt;&lt;div&gt;&lt;font style=&quot;font-size: 14px;&quot;&gt;EF Core transparently executes: SELECT * FROM Orders Where TenantId = CurrentTenant&lt;/font&gt;&lt;/div&gt;&lt;div&gt;&lt;br&gt;&lt;/div&gt;&lt;div&gt;&lt;br&gt;&lt;/div&gt;&lt;/div&gt;&lt;/div&gt;&lt;div&gt;&lt;font style=&quot;font-size: 14px;&quot;&gt;&lt;b&gt;Save Protection&amp;nbsp;&lt;/b&gt;&lt;/font&gt;&lt;/div&gt;&lt;div&gt;&lt;font style=&quot;font-size: 14px;&quot;&gt;Two mechanisms enfore tenant integrity when writing data:&lt;/font&gt;&lt;/div&gt;&lt;div&gt;&lt;font style=&quot;font-size: 14px;&quot;&gt;&lt;br&gt;&lt;/font&gt;&lt;/div&gt;&lt;div&gt;&lt;font style=&quot;font-size: 14px;&quot;&gt;&lt;b&gt;TenantEntityInterceptor&lt;/b&gt;&lt;/font&gt;&lt;/div&gt;&lt;div&gt;&lt;font style=&quot;font-size: 14px;&quot;&gt;On insert, it automatically assigns the current TenantId to new entities.&lt;/font&gt;&lt;/div&gt;&lt;div&gt;&lt;font style=&quot;font-size: 14px;&quot;&gt;Example: db.Add(order)&lt;/font&gt;&lt;/div&gt;&lt;div&gt;&lt;font style=&quot;font-size: 14px;&quot;&gt;becomes: order.TenantId = CurrentTenantId;&lt;/font&gt;&lt;/div&gt;&lt;div&gt;&lt;br&gt;&lt;/div&gt;&lt;div&gt;&lt;font style=&quot;font-size: 14px;&quot;&gt;&lt;b&gt;TenantSaveChangesValidator&lt;/b&gt;&lt;/font&gt;&lt;/div&gt;&lt;div&gt;&lt;font style=&quot;font-size: 14px;&quot;&gt;Before saving, it verifies that an entity&#39;s TenantId matches the current tenant.&lt;/font&gt;&lt;/div&gt;&lt;div&gt;&lt;font style=&quot;font-size: 14px;&quot;&gt;If someones attempts to change an entity&#39;s tenant: order.TenantId = AnotherTenant;&lt;/font&gt;&lt;/div&gt;&lt;div&gt;&lt;font style=&quot;font-size: 14px;&quot;&gt;the save is blocked.&lt;/font&gt;&lt;/div&gt;&lt;div&gt;&lt;font style=&quot;font-size: 14px;&quot;&gt;This prevents tenant switching attacks.&lt;/font&gt;&lt;/div&gt;&lt;div&gt;&lt;font style=&quot;font-size: 14px;&quot;&gt;&lt;b&gt;&lt;br&gt;&lt;/b&gt;&lt;/font&gt;&lt;/div&gt;&lt;div&gt;&lt;font style=&quot;font-size: 14px;&quot;&gt;&lt;br&gt;&lt;/font&gt;&lt;/div&gt;&lt;div&gt;&lt;font style=&quot;font-size: 14px;&quot;&gt;&lt;br&gt;&lt;/font&gt;&lt;/div&gt;&lt;/div&gt;" vertex="1">
          <mxGeometry height="1240" width="640" x="1080" y="80" as="geometry" />
        </mxCell>
-         <mxCell id="J-zNke_tOppB5j2uJXzS-61" parent="1" style="text;html=1;whiteSpace=wrap;strokeColor=none;fillColor=none;align=left;verticalAlign=middle;rounded=0;" value="&lt;div&gt;&lt;font style=&quot;font-size: 14px;&quot;&gt;Middleware Order&lt;/font&gt;&lt;/div&gt;&lt;div&gt;&lt;font style=&quot;font-size: 14px;&quot;&gt;The request pipeline is carefully ordered:&lt;/font&gt;&lt;/div&gt;&lt;div&gt;&lt;ol&gt;&lt;li&gt;&lt;font style=&quot;font-size: 14px;&quot;&gt;Exception Handler&lt;/font&gt;&lt;/li&gt;&lt;li&gt;&lt;font style=&quot;font-size: 14px;&quot;&gt;HTTPS&lt;/font&gt;&lt;/li&gt;&lt;li&gt;&lt;font style=&quot;font-size: 14px;&quot;&gt;Authentication&lt;/font&gt;&lt;/li&gt;&lt;li&gt;&lt;font style=&quot;font-size: 14px;&quot;&gt;Tenant Resolution&lt;/font&gt;&lt;/li&gt;&lt;li&gt;&lt;font style=&quot;font-size: 14px;&quot;&gt;Tenant Validation&lt;/font&gt;&lt;/li&gt;&lt;li&gt;&lt;font style=&quot;font-size: 14px;&quot;&gt;Authorization&lt;/font&gt;&lt;/li&gt;&lt;li&gt;&lt;font style=&quot;font-size: 14px;&quot;&gt;Controllers&lt;/font&gt;&lt;/li&gt;&lt;/ol&gt;&lt;div&gt;&lt;font style=&quot;font-size: 14px;&quot;&gt;The order matters because:&lt;/font&gt;&lt;/div&gt;&lt;div&gt;&lt;ol&gt;&lt;li&gt;&lt;font style=&quot;font-size: 14px;&quot;&gt;Authentication provides user identity (e.g., JWT claims).&lt;/font&gt;&lt;/li&gt;&lt;li&gt;&lt;font style=&quot;font-size: 14px;&quot;&gt;Tenant Resolution may use that identity to determine the tenant.&lt;/font&gt;&lt;/li&gt;&lt;li&gt;&lt;font style=&quot;font-size: 14px;&quot;&gt;Tenant Validation confirms the tenant is valid and active.&lt;/font&gt;&lt;/li&gt;&lt;li&gt;&lt;font style=&quot;font-size: 14px;&quot;&gt;Authorization then checks permissions within the correct tenant context.&lt;/font&gt;&lt;/li&gt;&lt;/ol&gt;&lt;div&gt;&lt;font style=&quot;font-size: 14px;&quot;&gt;&lt;b&gt;Key Design Principles&lt;/b&gt;&lt;/font&gt;&lt;/div&gt;&lt;div&gt;&lt;font style=&quot;font-size: 14px;&quot;&gt;The architecture consistently follows these principles:&lt;/font&gt;&lt;/div&gt;&lt;div&gt;&lt;ul&gt;&lt;li&gt;&lt;font style=&quot;font-size: 14px;&quot;&gt;Separation of concerns: Each layer has a single responsibility.&lt;/font&gt;&lt;/li&gt;&lt;li&gt;&lt;font style=&quot;font-size: 14px;&quot;&gt;Framework independence: Application and Domain are isolated from ASP.NET Core and authentication details.&lt;/font&gt;&lt;/li&gt;&lt;li&gt;&lt;font style=&quot;font-size: 14px;&quot;&gt;Security by default: Tenant isolation is enforced at the request level (resolution/validation) and data level (query filter and save validation)&lt;/font&gt;&lt;/li&gt;&lt;li&gt;&lt;font style=&quot;font-size: 14px;&quot;&gt;Extensibility: New tenant resolution mechanisms can be added by implementing ITenantResolutionStrategy without changing the pipeline.&lt;/font&gt;&lt;/li&gt;&lt;li&gt;&lt;font style=&quot;font-size: 14px;&quot;&gt;Maintanability: Middleware orchestrates, Infrastructure handles technical details, and business logic remains in the Application layer.&lt;/font&gt;&lt;/li&gt;&lt;/ul&gt;&lt;div&gt;&lt;font style=&quot;font-size: 14px;&quot;&gt;Overall, this is a well-structured, production-oriented multi-tenant architecture that prioritizes correctness, security, and&amp;nbsp;&lt;/font&gt;&lt;/div&gt;&lt;div&gt;&lt;font style=&quot;font-size: 14px;&quot;&gt;clean boundaries over unnecessary complexity.&lt;/font&gt;&lt;/div&gt;&lt;/div&gt;&lt;/div&gt;&lt;/div&gt;" vertex="1">
-           <mxGeometry height="1240" width="640" x="1800" y="80" as="geometry" />
+         <mxCell id="J-zNke_tOppB5j2uJXzS-61" parent="1" style="text;html=1;whiteSpace=wrap;strokeColor=none;fillColor=none;align=left;verticalAlign=middle;rounded=0;" value="&lt;div&gt;&lt;font style=&quot;font-size: 14px;&quot;&gt;&lt;b&gt;Middleware Order&lt;/b&gt;&lt;/font&gt;&lt;/div&gt;&lt;div&gt;&lt;font style=&quot;font-size: 14px;&quot;&gt;The request pipeline is carefully ordered:&lt;/font&gt;&lt;/div&gt;&lt;div&gt;&lt;ol&gt;&lt;li&gt;&lt;font style=&quot;font-size: 14px;&quot;&gt;Exception Handler&lt;/font&gt;&lt;/li&gt;&lt;li&gt;&lt;font style=&quot;font-size: 14px;&quot;&gt;HTTPS&lt;/font&gt;&lt;/li&gt;&lt;li&gt;&lt;font style=&quot;font-size: 14px;&quot;&gt;Authentication&lt;/font&gt;&lt;/li&gt;&lt;li&gt;&lt;font style=&quot;font-size: 14px;&quot;&gt;Tenant Resolution&lt;/font&gt;&lt;/li&gt;&lt;li&gt;&lt;font style=&quot;font-size: 14px;&quot;&gt;Tenant Validation&lt;/font&gt;&lt;/li&gt;&lt;li&gt;&lt;font style=&quot;font-size: 14px;&quot;&gt;Authorization&lt;/font&gt;&lt;/li&gt;&lt;li&gt;&lt;font style=&quot;font-size: 14px;&quot;&gt;Controllers&lt;/font&gt;&lt;/li&gt;&lt;/ol&gt;&lt;div&gt;&lt;font style=&quot;font-size: 14px;&quot;&gt;The order matters because:&lt;/font&gt;&lt;/div&gt;&lt;div&gt;&lt;ol&gt;&lt;li&gt;&lt;font style=&quot;font-size: 14px;&quot;&gt;Authentication provides user identity (e.g., JWT claims).&lt;/font&gt;&lt;/li&gt;&lt;li&gt;&lt;font style=&quot;font-size: 14px;&quot;&gt;Tenant Resolution may use that identity to determine the tenant.&lt;/font&gt;&lt;/li&gt;&lt;li&gt;&lt;font style=&quot;font-size: 14px;&quot;&gt;Tenant Validation confirms the tenant is valid and active.&lt;/font&gt;&lt;/li&gt;&lt;li&gt;&lt;font style=&quot;font-size: 14px;&quot;&gt;Authorization then checks permissions within the correct tenant context.&lt;/font&gt;&lt;/li&gt;&lt;/ol&gt;&lt;div&gt;&lt;font style=&quot;font-size: 14px;&quot;&gt;&lt;b&gt;Key Design Principles&lt;/b&gt;&lt;/font&gt;&lt;/div&gt;&lt;div&gt;&lt;font style=&quot;font-size: 14px;&quot;&gt;The architecture consistently follows these principles:&lt;/font&gt;&lt;/div&gt;&lt;div&gt;&lt;ul&gt;&lt;li&gt;&lt;font style=&quot;font-size: 14px;&quot;&gt;&lt;b&gt;Separation of concerns&lt;/b&gt;: Each layer has a single responsibility.&lt;/font&gt;&lt;/li&gt;&lt;li&gt;&lt;font style=&quot;font-size: 14px;&quot;&gt;&lt;b&gt;Framework independence&lt;/b&gt;: Application and Domain are isolated from ASP.NET Core and authentication details.&lt;/font&gt;&lt;/li&gt;&lt;li&gt;&lt;font style=&quot;font-size: 14px;&quot;&gt;&lt;b&gt;Security by default&lt;/b&gt;: Tenant isolation is enforced at the request level (resolution/validation) and data level (query filter and save validation)&lt;/font&gt;&lt;/li&gt;&lt;li&gt;&lt;font style=&quot;font-size: 14px;&quot;&gt;&lt;b&gt;Extensibility&lt;/b&gt;: New tenant resolution mechanisms can be added by implementing &lt;i&gt;ITenantResolutionStrategy &lt;/i&gt;without changing the pipeline.&lt;/font&gt;&lt;/li&gt;&lt;li&gt;&lt;font style=&quot;font-size: 14px;&quot;&gt;&lt;b&gt;Maintanability&lt;/b&gt;: Middleware orchestrates, Infrastructure handles technical details, and business logic remains in the Application layer.&lt;/font&gt;&lt;/li&gt;&lt;/ul&gt;&lt;div&gt;&lt;font style=&quot;font-size: 14px;&quot;&gt;Overall, this is a well-structured, production-oriented multi-tenant architecture that prioritizes correctness, security, and&amp;nbsp;&lt;/font&gt;&lt;/div&gt;&lt;div&gt;&lt;font style=&quot;font-size: 14px;&quot;&gt;clean boundaries over unnecessary complexity.&lt;/font&gt;&lt;/div&gt;&lt;/div&gt;&lt;/div&gt;&lt;/div&gt;" vertex="1">
+           <mxGeometry height="520" width="750" x="1800" y="80" as="geometry" />
        </mxCell>
      </root>
    </mxGraphModel>
  </diagram>
</mxfile>
